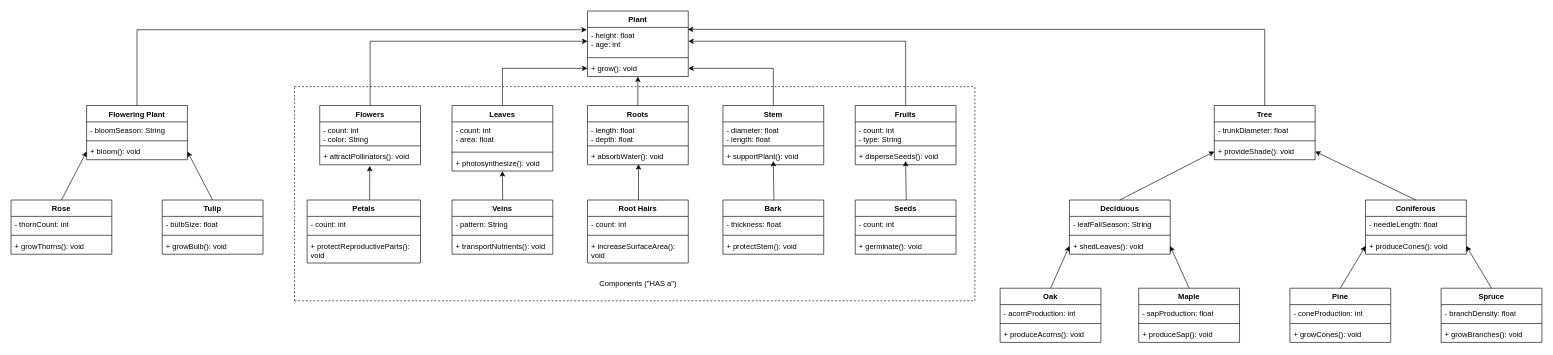
Earlier version of the draw.io diagram Exercise_B/Exe_B_313.drawio (muhammadzain03/Lab3_ENSF380). Source tidied: cells renumbered, new cells numbered last; positions are measured from the earlier drawing's top-left corner, leaving out a move shared by most shapes. Both pictures are drawn from the tidied source at 63%, with x=0, y=0 at pixel (11, 11).
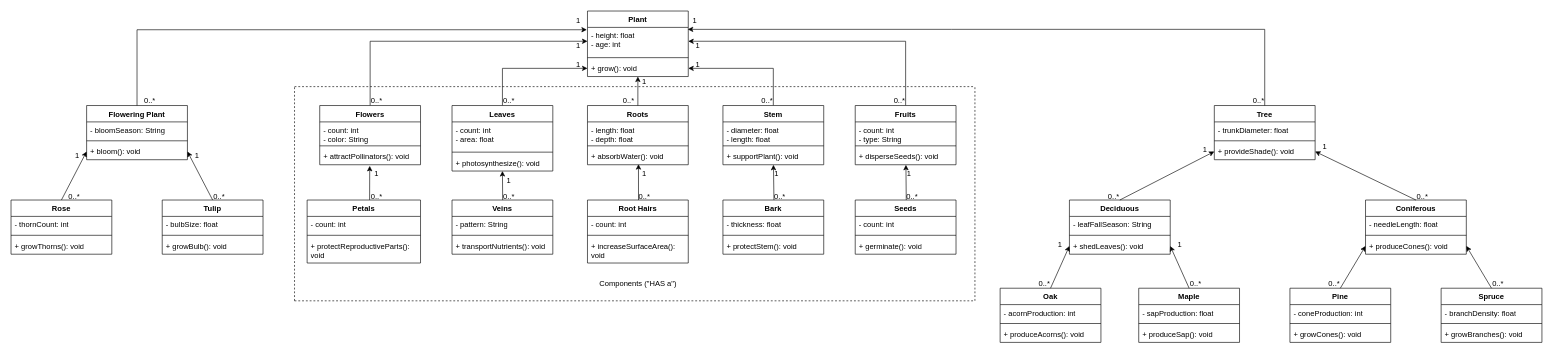
The same diagram, later.

Unchanged cells that the change refers to:
```xml
<mxCell id="14" value="+ supportPlant(): void" style="text;strokeColor=none;fillColor=none;align=left;verticalAlign=top;spacingLeft=4;spacingRight=4;overflow=hidden;points=[[0,0.5],[1,0.5]];portConstraint=eastwest;whiteSpace=wrap;html=1;" parent="11" vertex="1">
  <mxGeometry y="68" width="160" height="26" as="geometry" />
</mxCell>
<mxCell id="29" value="+ disperseSeeds(): void" style="text;strokeColor=none;fillColor=none;align=left;verticalAlign=top;spacingLeft=4;spacingRight=4;overflow=hidden;points=[[0,0.5],[1,0.5]];portConstraint=eastwest;whiteSpace=wrap;html=1;" parent="26" vertex="1">
  <mxGeometry y="68" width="160" height="26" as="geometry" />
</mxCell>
```

The edit, as a diff of the source:
```diff
@@
-    <mxCell id="53" style="endArrow=classic;html=1;rounded=0;exitX=0.5;exitY=0;exitDx=0;exitDy=0;entryX=0.496;entryY=1.07;entryDx=0;entryDy=0;entryPerimeter=0;" parent="1" edge="1">
+    <mxCell id="53" style="endArrow=classic;html=1;rounded=0;exitX=0.5;exitY=0;exitDx=0;exitDy=0;entryX=0.501;entryY=1.006;entryDx=0;entryDy=0;entryPerimeter=0;" parent="1" edge="1" target="14">
       <mxGeometry relative="1" as="geometry">
         <mxPoint x="1211" y="300" as="sourcePoint" />
-        <mxPoint x="1210" y="238" as="targetPoint" />
       </mxGeometry>
     </mxCell>
-    <mxCell id="54" style="endArrow=classic;html=1;rounded=0;exitX=0.5;exitY=0;exitDx=0;exitDy=0;entryX=0.496;entryY=1.07;entryDx=0;entryDy=0;entryPerimeter=0;" parent="1" edge="1">
+    <mxCell id="54" style="endArrow=classic;html=1;rounded=0;exitX=0.5;exitY=0;exitDx=0;exitDy=0;entryX=0.503;entryY=1.005;entryDx=0;entryDy=0;entryPerimeter=0;" parent="1" edge="1" target="29">
       <mxGeometry relative="1" as="geometry">
         <mxPoint x="1421" y="300" as="sourcePoint" />
-        <mxPoint x="1420" y="238" as="targetPoint" />
       </mxGeometry>
     </mxCell>
@@
+    <mxCell id="111" value="1" style="text;html=1;align=center;verticalAlign=middle;strokeColor=none;fillColor=none;" parent="1" vertex="1">
+      <mxGeometry x="885" y="70" width="30" height="30" as="geometry" />
+    </mxCell>
+    <mxCell id="112" value="0..*" style="text;html=1;align=center;verticalAlign=middle;strokeColor=none;fillColor=none;" parent="1" vertex="1">
+      <mxGeometry x="770" y="128" width="40" height="30" as="geometry" />
+    </mxCell>
+    <mxCell id="113" value="0..*" style="text;html=1;align=center;verticalAlign=middle;strokeColor=none;fillColor=none;" parent="1" vertex="1">
+      <mxGeometry x="960" y="128" width="40" height="30" as="geometry" />
+    </mxCell>
+    <mxCell id="114" value="0..*" style="text;html=1;align=center;verticalAlign=middle;strokeColor=none;fillColor=none;" parent="1" vertex="1">
+      <mxGeometry x="1180" y="128" width="40" height="30" as="geometry" />
+    </mxCell>
+    <mxCell id="115" value="0..*" style="text;html=1;align=center;verticalAlign=middle;strokeColor=none;fillColor=none;" parent="1" vertex="1">
+      <mxGeometry x="1390" y="128" width="40" height="30" as="geometry" />
+    </mxCell>
+    <mxCell id="116" value="0..*" style="text;html=1;align=center;verticalAlign=middle;strokeColor=none;fillColor=none;" parent="1" vertex="1">
+      <mxGeometry x="560" y="128" width="40" height="30" as="geometry" />
+    </mxCell>
+    <mxCell id="117" value="1" style="text;html=1;align=center;verticalAlign=middle;strokeColor=none;fillColor=none;" parent="1" vertex="1">
+      <mxGeometry x="885" y="40" width="30" height="30" as="geometry" />
+    </mxCell>
+    <mxCell id="118" value="1" style="text;html=1;align=center;verticalAlign=middle;strokeColor=none;fillColor=none;" parent="1" vertex="1">
+      <mxGeometry x="1075" y="40" width="30" height="30" as="geometry" />
+    </mxCell>
+    <mxCell id="119" value="1" style="text;html=1;align=center;verticalAlign=middle;strokeColor=none;fillColor=none;" parent="1" vertex="1">
+      <mxGeometry x="1075" y="70" width="30" height="30" as="geometry" />
+    </mxCell>
+    <mxCell id="120" value="1" style="text;html=1;align=center;verticalAlign=middle;strokeColor=none;fillColor=none;" parent="1" vertex="1">
+      <mxGeometry x="990" y="98" width="30" height="30" as="geometry" />
+    </mxCell>
+    <mxCell id="121" value="0..*" style="text;html=1;align=center;verticalAlign=middle;strokeColor=none;fillColor=none;" parent="1" vertex="1">
+      <mxGeometry x="560" y="280" width="40" height="30" as="geometry" />
+    </mxCell>
+    <mxCell id="122" value="1" style="text;html=1;align=center;verticalAlign=middle;strokeColor=none;fillColor=none;" parent="1" vertex="1">
+      <mxGeometry x="565" y="244" width="30" height="30" as="geometry" />
+    </mxCell>
+    <mxCell id="123" value="1" style="text;html=1;align=center;verticalAlign=middle;strokeColor=none;fillColor=none;" parent="1" vertex="1">
+      <mxGeometry x="775" y="254" width="30" height="30" as="geometry" />
+    </mxCell>
+    <mxCell id="124" value="1" style="text;html=1;align=center;verticalAlign=middle;strokeColor=none;fillColor=none;" parent="1" vertex="1">
+      <mxGeometry x="990" y="244" width="30" height="30" as="geometry" />
+    </mxCell>
+    <mxCell id="125" value="1" style="text;html=1;align=center;verticalAlign=middle;strokeColor=none;fillColor=none;" parent="1" vertex="1">
+      <mxGeometry x="1200" y="244" width="30" height="30" as="geometry" />
+    </mxCell>
+    <mxCell id="126" value="1" style="text;html=1;align=center;verticalAlign=middle;strokeColor=none;fillColor=none;" parent="1" vertex="1">
+      <mxGeometry x="1410" y="244" width="30" height="30" as="geometry" />
+    </mxCell>
+    <mxCell id="127" value="0..*" style="text;html=1;align=center;verticalAlign=middle;strokeColor=none;fillColor=none;" parent="1" vertex="1">
+      <mxGeometry x="770" y="280" width="40" height="30" as="geometry" />
+    </mxCell>
+    <mxCell id="128" value="0..*" style="text;html=1;align=center;verticalAlign=middle;strokeColor=none;fillColor=none;" parent="1" vertex="1">
+      <mxGeometry x="985" y="280" width="40" height="30" as="geometry" />
+    </mxCell>
+    <mxCell id="129" value="0..*" style="text;html=1;align=center;verticalAlign=middle;strokeColor=none;fillColor=none;" parent="1" vertex="1">
+      <mxGeometry x="1200" y="280" width="40" height="30" as="geometry" />
+    </mxCell>
+    <mxCell id="130" value="0..*" style="text;html=1;align=center;verticalAlign=middle;strokeColor=none;fillColor=none;" parent="1" vertex="1">
+      <mxGeometry x="1410" y="280" width="40" height="30" as="geometry" />
+    </mxCell>
+    <mxCell id="131" value="1" style="text;html=1;align=center;verticalAlign=middle;strokeColor=none;fillColor=none;" parent="1" vertex="1">
+      <mxGeometry x="885" width="30" height="30" as="geometry" />
+    </mxCell>
+    <mxCell id="132" value="1" style="text;html=1;align=center;verticalAlign=middle;strokeColor=none;fillColor=none;" parent="1" vertex="1">
+      <mxGeometry x="1070" width="30" height="30" as="geometry" />
+    </mxCell>
+    <mxCell id="133" value="1" style="text;html=1;align=center;verticalAlign=middle;strokeColor=none;fillColor=none;" parent="1" vertex="1">
+      <mxGeometry x="90" y="214" width="30" height="30" as="geometry" />
+    </mxCell>
+    <mxCell id="134" value="0..*" style="text;html=1;align=center;verticalAlign=middle;strokeColor=none;fillColor=none;" parent="1" vertex="1">
+      <mxGeometry x="80" y="280" width="40" height="30" as="geometry" />
+    </mxCell>
+    <mxCell id="135" value="0..*" style="text;html=1;align=center;verticalAlign=middle;strokeColor=none;fillColor=none;" parent="1" vertex="1">
+      <mxGeometry x="310" y="280" width="40" height="30" as="geometry" />
+    </mxCell>
+    <mxCell id="136" value="0..*" style="text;html=1;align=center;verticalAlign=middle;strokeColor=none;fillColor=none;" parent="1" vertex="1">
+      <mxGeometry x="200" y="128" width="40" height="30" as="geometry" />
+    </mxCell>
+    <mxCell id="137" value="1" style="text;html=1;align=center;verticalAlign=middle;strokeColor=none;fillColor=none;" parent="1" vertex="1">
+      <mxGeometry x="280" y="214" width="30" height="30" as="geometry" />
+    </mxCell>
+    <mxCell id="138" value="0..*" style="text;html=1;align=center;verticalAlign=middle;strokeColor=none;fillColor=none;" parent="1" vertex="1">
+      <mxGeometry x="1960" y="128" width="40" height="30" as="geometry" />
+    </mxCell>
+    <mxCell id="139" value="1" style="text;html=1;align=center;verticalAlign=middle;strokeColor=none;fillColor=none;" parent="1" vertex="1">
+      <mxGeometry x="1880" y="206" width="30" height="30" as="geometry" />
+    </mxCell>
+    <mxCell id="140" value="1" style="text;html=1;align=center;verticalAlign=middle;strokeColor=none;fillColor=none;" parent="1" vertex="1">
+      <mxGeometry x="2070" y="200" width="30" height="30" as="geometry" />
+    </mxCell>
+    <mxCell id="141" value="0..*" style="text;html=1;align=center;verticalAlign=middle;strokeColor=none;fillColor=none;" parent="1" vertex="1">
+      <mxGeometry x="1730" y="280" width="40" height="30" as="geometry" />
+    </mxCell>
+    <mxCell id="142" value="0..*" style="text;html=1;align=center;verticalAlign=middle;strokeColor=none;fillColor=none;" parent="1" vertex="1">
+      <mxGeometry x="2220" y="280" width="40" height="30" as="geometry" />
+    </mxCell>
+    <mxCell id="143" value="1" style="text;html=1;align=center;verticalAlign=middle;strokeColor=none;fillColor=none;" parent="1" vertex="1">
+      <mxGeometry x="1840" y="356" width="30" height="30" as="geometry" />
+    </mxCell>
+    <mxCell id="144" value="0..*" style="text;html=1;align=center;verticalAlign=middle;strokeColor=none;fillColor=none;" parent="1" vertex="1">
+      <mxGeometry x="1860" y="418" width="40" height="30" as="geometry" />
+    </mxCell>
+    <mxCell id="145" value="0..*" style="text;html=1;align=center;verticalAlign=middle;strokeColor=none;fillColor=none;" parent="1" vertex="1">
+      <mxGeometry x="1620" y="418" width="40" height="30" as="geometry" />
+    </mxCell>
+    <mxCell id="146" value="1" style="text;html=1;align=center;verticalAlign=middle;strokeColor=none;fillColor=none;" parent="1" vertex="1">
+      <mxGeometry x="1650" y="356" width="30" height="30" as="geometry" />
+    </mxCell>
+    <mxCell id="147" value="0..*" style="text;html=1;align=center;verticalAlign=middle;strokeColor=none;fillColor=none;" parent="1" vertex="1">
+      <mxGeometry x="2080" y="418" width="40" height="30" as="geometry" />
+    </mxCell>
+    <mxCell id="148" value="0..*" style="text;html=1;align=center;verticalAlign=middle;strokeColor=none;fillColor=none;" parent="1" vertex="1">
+      <mxGeometry x="2340" y="418" width="40" height="30" as="geometry" />
+    </mxCell>
```
